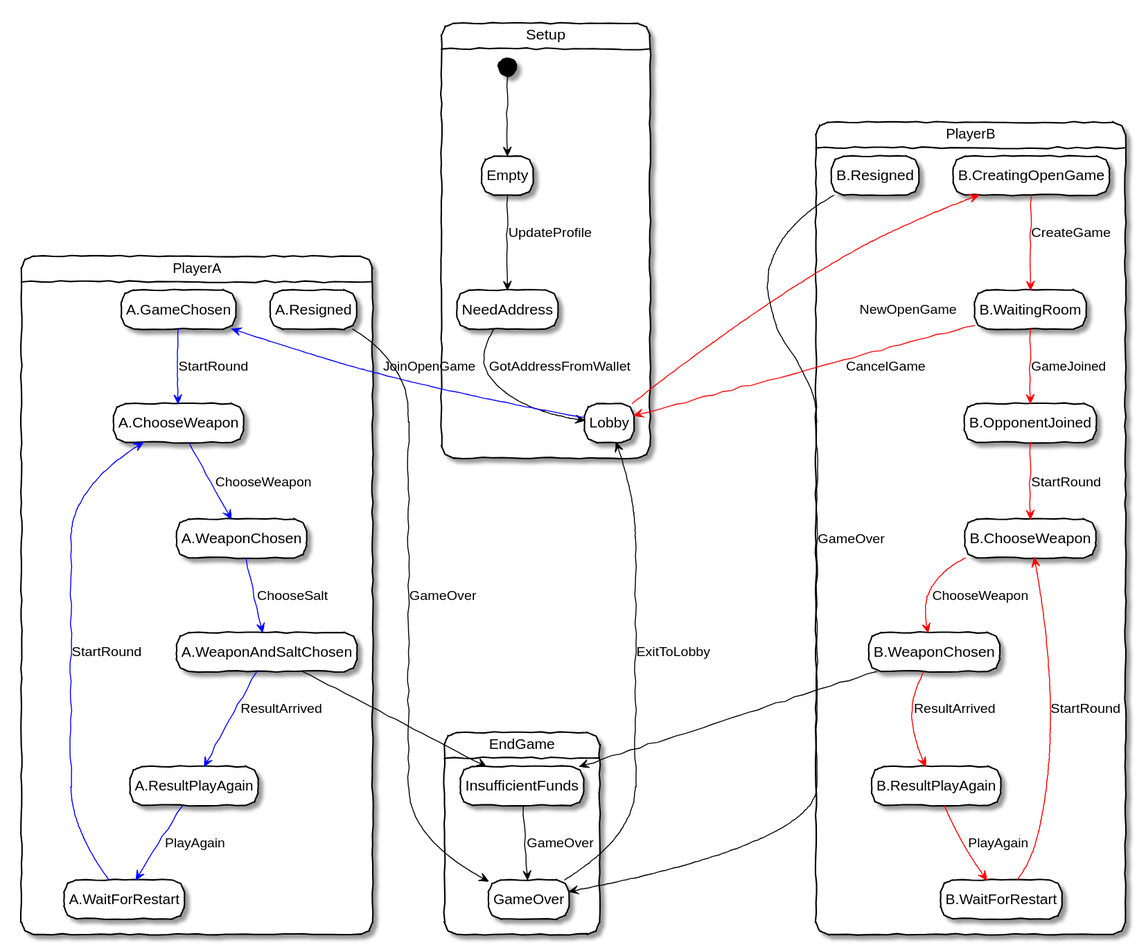
Earlier version of the PlantUML export packages/rps/notes/rps-plantuml.svg (statechannels/statechannels).
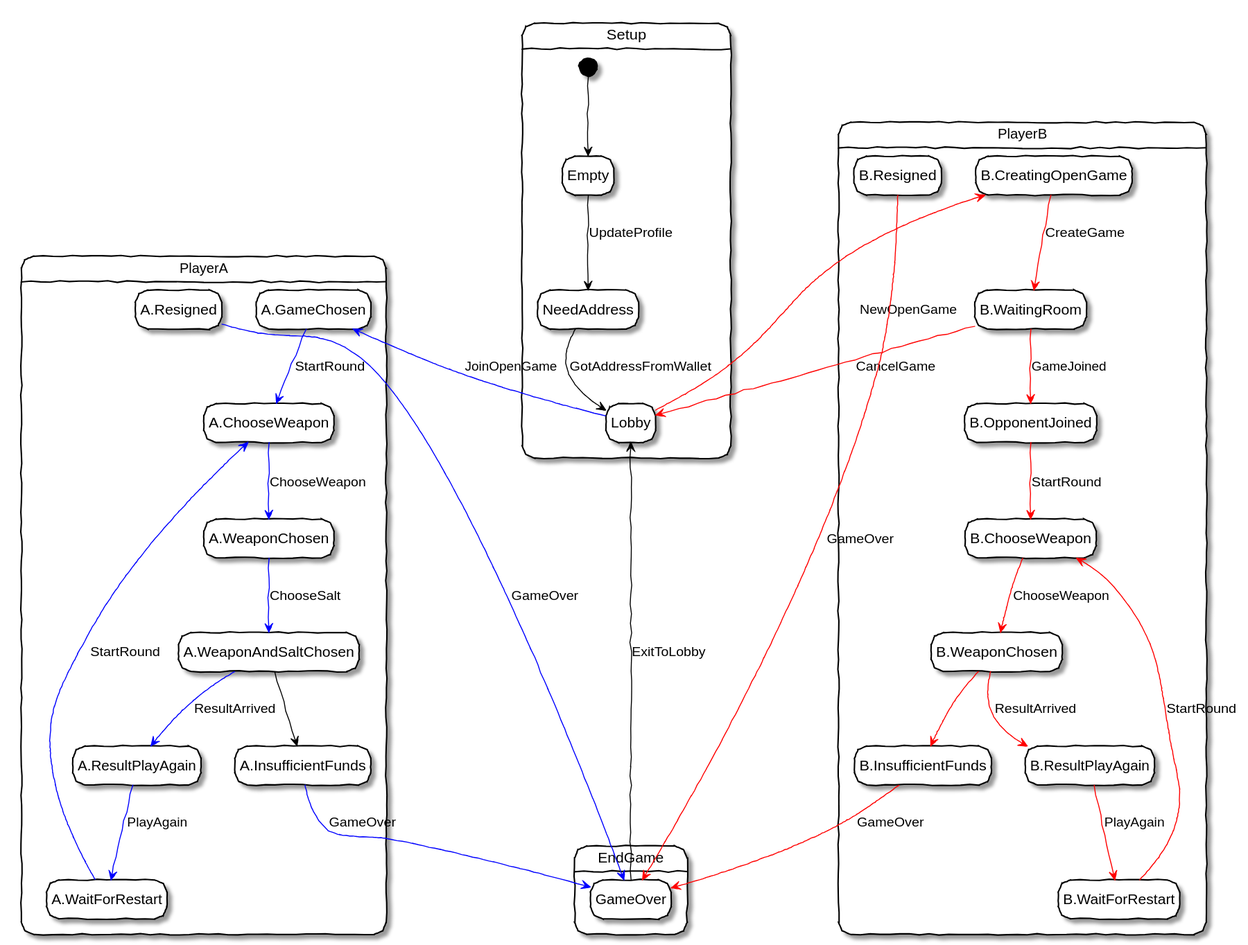
After the change.

Commit message:
Insert InsufficientFunds into A and B namespaces

The edit, as a diff of the source:
```diff
@@ -21,7 +21,9 @@
     A.WeaponAndSaltChosen -[#blue]-> A.ResultPlayAgain : ResultArrived
     A.ResultPlayAgain -[#blue]-> A.WaitForRestart : PlayAgain
     A.WaitForRestart -[#blue]-> A.ChooseWeapon : StartRound
+    A.WeaponAndSaltChosen -[#black]-> A.InsufficientFunds
     A.Resigned :
+
     }
 
     state PlayerB {
@@ -34,16 +36,18 @@
     B.WeaponChosen -[#red]-> B.ResultPlayAgain : ResultArrived
     B.ResultPlayAgain -[#red]-> B.WaitForRestart: PlayAgain
     B.WaitForRestart -[#red]-> B.ChooseWeapon : StartRound
+    B.WeaponChosen -[#red]-> B.InsufficientFunds
     B.Resigned :
     }
 
 state EndGame {
-    B.WeaponChosen -[#black]-> InsufficientFunds
-    A.WeaponAndSaltChosen -[#black]-> InsufficientFunds
-    InsufficientFunds -[#black]-> GameOver : GameOver
+
+
+    A.InsufficientFunds -[#blue]-> GameOver : GameOver
+    B.InsufficientFunds -[#red]-> GameOver : GameOver
     GameOver -[#black]-> Lobby : ExitToLobby
-    A.Resigned -[#black]-> GameOver : GameOver
-    B.Resigned -[#black]-> GameOver : GameOver
+    A.Resigned -[#blue]-> GameOver : GameOver
+    B.Resigned -[#red]-> GameOver : GameOver
 }
 
 
```
